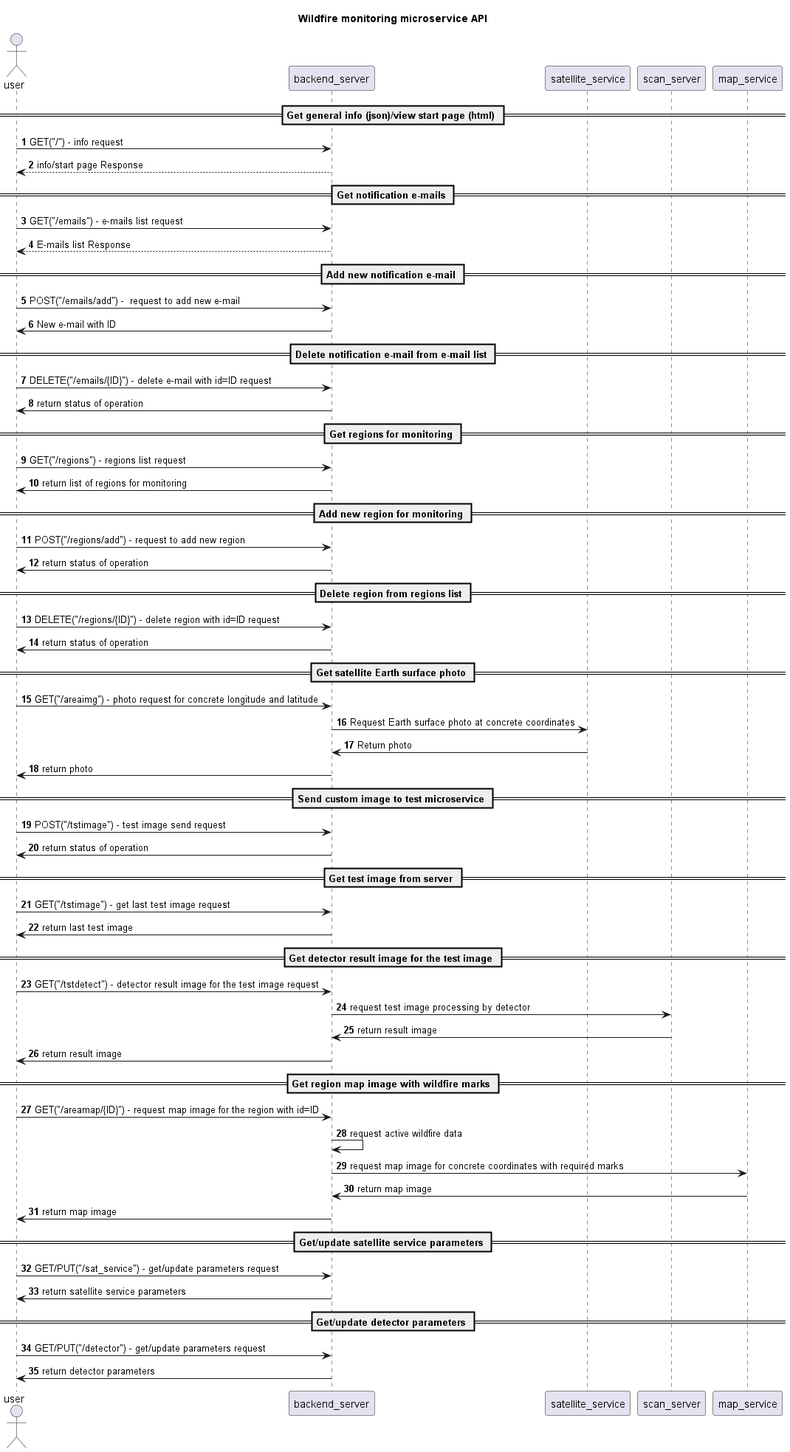
This is dataflow-Wildfire_monitoring_microservice_API.png from average81/wildfire_sat_finder, a PlantUML export, as it was before one commit.
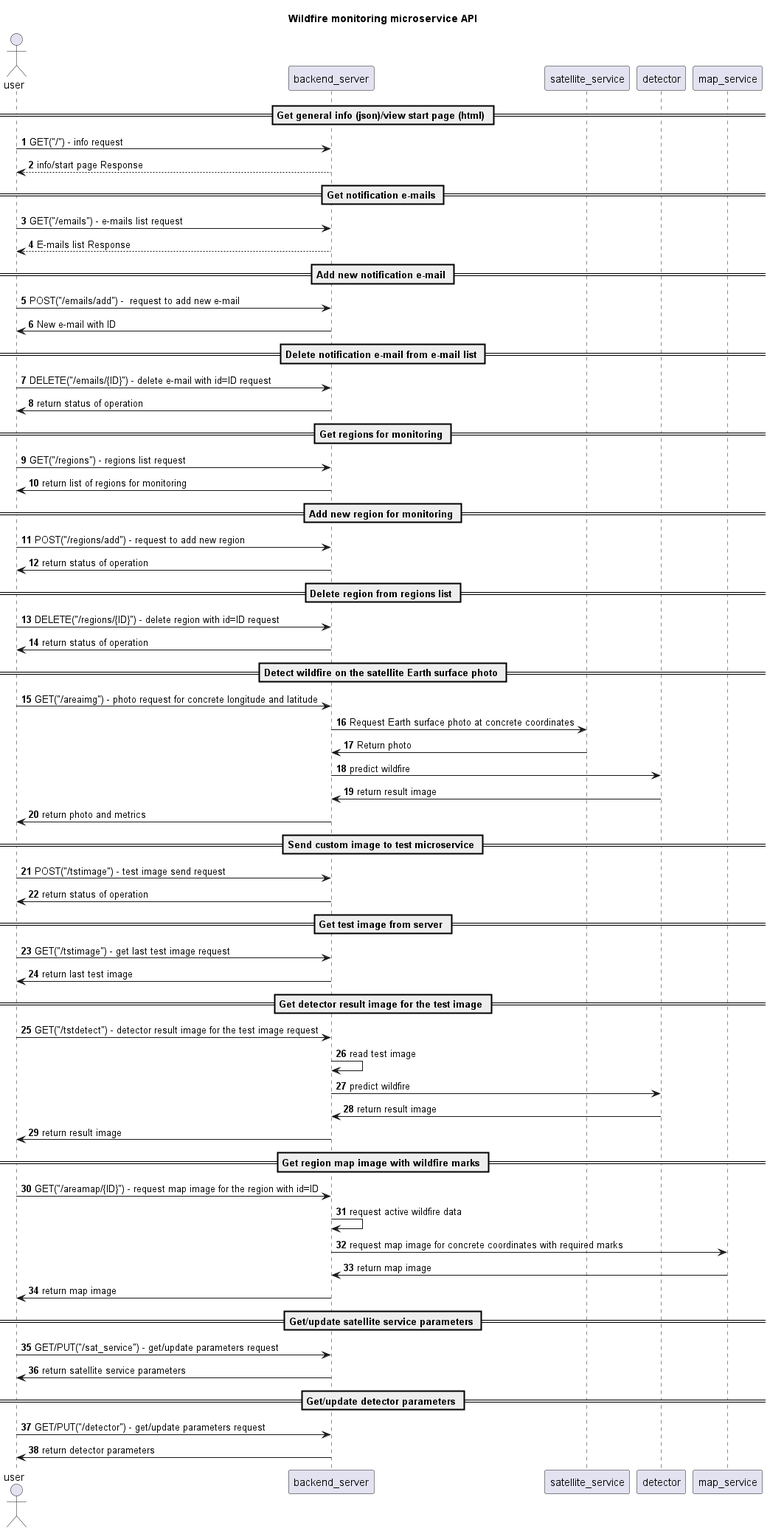
After the commit.

Diff of the diagram source:
```diff
@@ -25,11 +25,13 @@
 == Delete region from regions list ==
 user -> backend_server: DELETE("/regions/{ID}") - delete region with id=ID request
 backend_server -> user: return status of operation
-== Get satellite Earth surface photo ==
+== Detect wildfire on the satellite Earth surface photo ==
 user -> backend_server: GET("/areaimg") - photo request for concrete longitude and latitude
 backend_server -> satellite_service: Request Earth surface photo at concrete coordinates
 satellite_service -> backend_server: Return photo
-backend_server -> user: return photo
+backend_server -> detector: predict wildfire
+detector -> backend_server: return result image
+backend_server -> user: return photo and metrics
 == Send custom image to test microservice ==
 user -> backend_server: POST("/tstimage") - test image send request
 backend_server -> user: return status of operation
@@ -38,8 +40,9 @@
 backend_server -> user: return last test image
 == Get detector result image for the test image ==
 user -> backend_server: GET("/tstdetect") - detector result image for the test image request
-backend_server -> scan_server: request test image processing by detector
-scan_server -> backend_server: return result image
+backend_server -> backend_server: read test image
+backend_server -> detector: predict wildfire
+detector -> backend_server: return result image
 backend_server -> user: return result image
 == Get region map image with wildfire marks ==
 user -> backend_server: GET("/areamap/{ID}") - request map image for the region with id=ID
```
